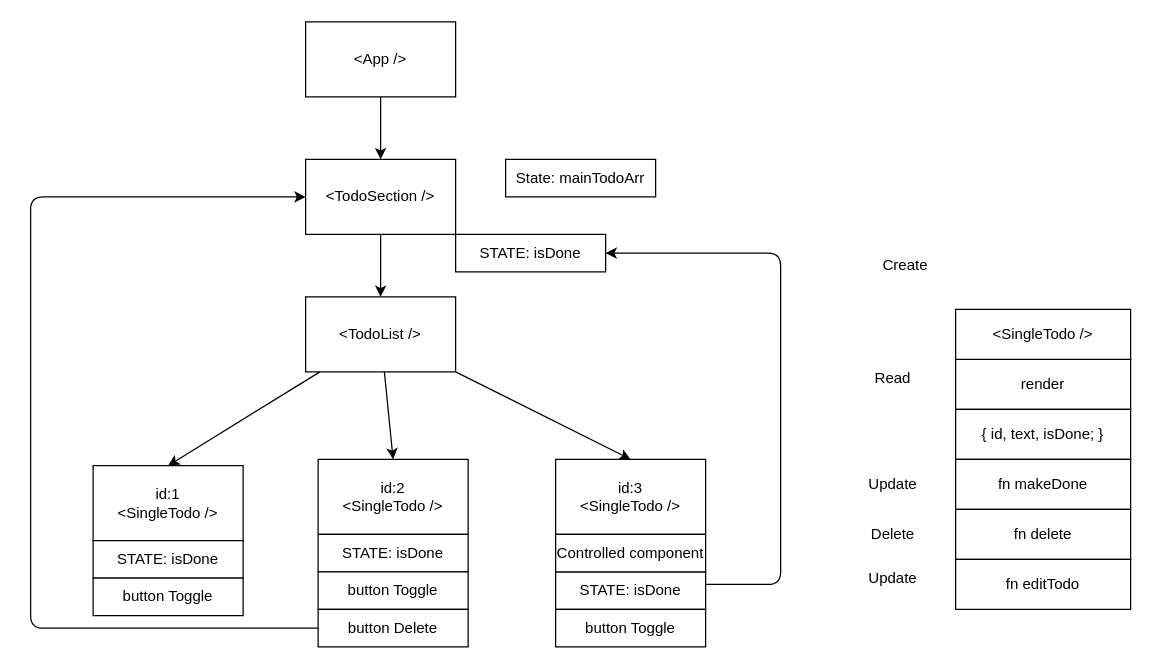
This is todo.drawio from MariusCodeAcademy/type19_06_todo_crud_app, a draw.io file, before an edit. Source tidied: cells renumbered, new cells numbered last; positions are measured from the earlier drawing's top-left corner, leaving out a move shared by most shapes. Both pictures are drawn from the tidied source at 125%, with x=0, y=0 at pixel (30, 21).
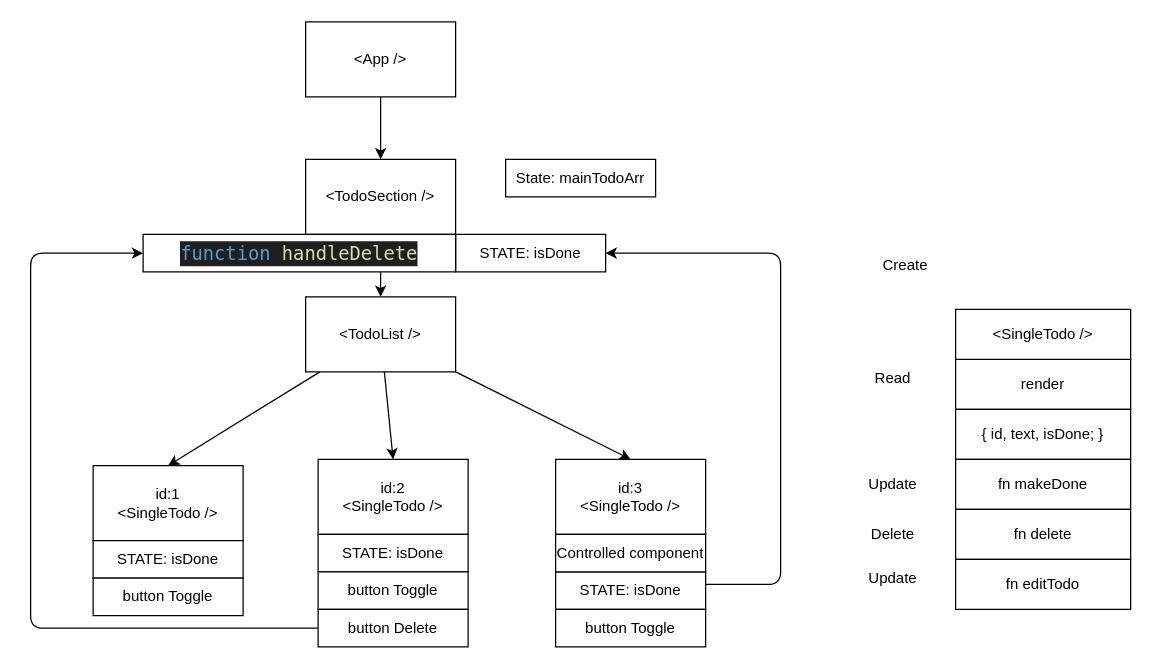
The same page after the edit.

Commit message (it also covers changes not shown here):
call handleDelete

Unchanged cells that the change refers to:
```xml
<mxCell id="3" value="&amp;lt;TodoSection /&amp;gt;" style="rounded=0;whiteSpace=wrap;html=1;" parent="1" vertex="1">
  <mxGeometry x="220" y="110" width="120" height="60" as="geometry" />
</mxCell>
<mxCell id="35" value="button Delete" style="rounded=0;whiteSpace=wrap;html=1;" parent="1" vertex="1">
  <mxGeometry x="230" y="470" width="120" height="30" as="geometry" />
</mxCell>
```

The edit, as a diff of the source:
```diff
@@
-    <mxCell id="34" style="edgeStyle=orthogonalEdgeStyle;html=1;entryX=0;entryY=0.5;entryDx=0;entryDy=0;" parent="1" edge="1" source="35" target="3">
-      <mxGeometry relative="1" as="geometry">
-        <Array as="points">
-          <mxPoint y="485" />
-          <mxPoint y="140" />
-        </Array>
-      </mxGeometry>
-    </mxCell>
+    <mxCell id="36" style="edgeStyle=orthogonalEdgeStyle;html=1;entryX=0;entryY=0.5;entryDx=0;entryDy=0;" parent="1" edge="1" source="35" target="37">
+      <mxGeometry relative="1" as="geometry">
+        <Array as="points">
+          <mxPoint y="485" />
+          <mxPoint y="185" />
+        </Array>
+      </mxGeometry>
+    </mxCell>
@@
+    <mxCell id="37" value="&lt;div style=&quot;color: rgb(204, 204, 204); background-color: rgb(31, 31, 31); font-family: &amp;quot;Cascadia code PL&amp;quot;, Menlo, Monaco, &amp;quot;Courier New&amp;quot;, monospace, Consolas, &amp;quot;Courier New&amp;quot;, monospace; font-size: 15px; line-height: 20px;&quot;&gt;&lt;span style=&quot;color: #569cd6;&quot;&gt;function&lt;/span&gt; &lt;span style=&quot;color: #dcdcaa;&quot;&gt;handleDelete&lt;/span&gt;&lt;/div&gt;" style="rounded=0;whiteSpace=wrap;html=1;" parent="1" vertex="1">
+      <mxGeometry x="90" y="170" width="250" height="30" as="geometry" />
+    </mxCell>
```
